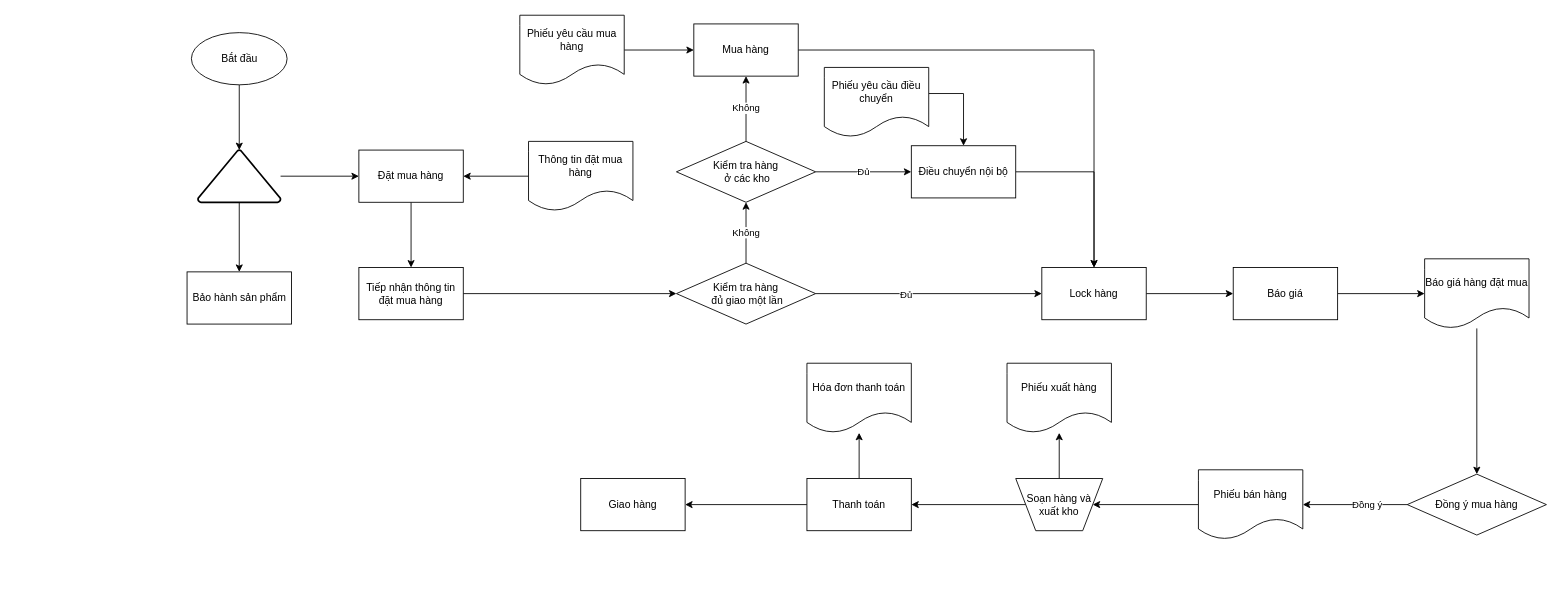
Earlier version of the draw.io diagram page "NDTL" (2 of 3) of MuaHangOdoo.drawio (nguyenvu16102001/weblt.github.io). Source tidied: cells renumbered, new cells numbered last; positions are measured from the earlier drawing's top-left corner, leaving out a move shared by most shapes. Both pictures are drawn from the tidied source at 87%, with x=0, y=0 at pixel (187, 15).
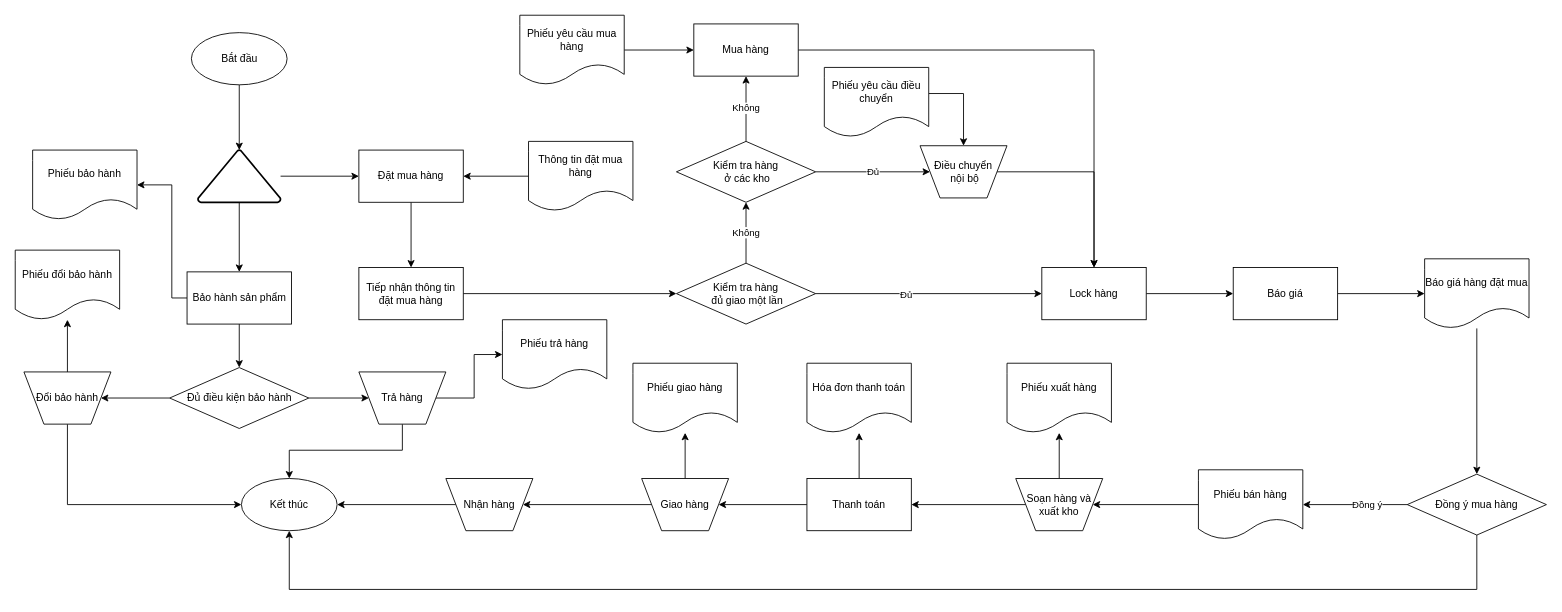
The same diagram, later.

The change refers to these unchanged cells:
```xml
<mxCell id="10" value="Kiểm tra hàng&lt;br&gt;&amp;nbsp;ở các kho" style="rhombus;whiteSpace=wrap;html=1;" parent="1" vertex="1">
  <mxGeometry x="562" y="145" width="160" height="70" as="geometry" />
</mxCell>
<mxCell id="23" value="Lock hàng" style="rounded=0;whiteSpace=wrap;html=1;" parent="1" vertex="1">
  <mxGeometry x="982" y="290" width="120" height="60" as="geometry" />
</mxCell>
<mxCell id="41" value="Đồng ý mua hàng" style="rhombus;whiteSpace=wrap;html=1;" parent="1" vertex="1">
  <mxGeometry x="1402" y="527.5" width="160" height="70" as="geometry" />
</mxCell>
<mxCell id="48" value="Bảo hành sản phẩm" style="rounded=0;whiteSpace=wrap;html=1;" parent="1" vertex="1">
  <mxGeometry x="-0.5" y="295" width="120" height="60" as="geometry" />
</mxCell>
```

Diff of the diagram source:
```diff
@@
-    <mxCell id="9" value="Đủ" style="edgeStyle=orthogonalEdgeStyle;rounded=0;jettySize=auto;html=1;" parent="1" edge="1" source="10" target="12">
+    <mxCell id="9" value="Đủ" style="edgeStyle=orthogonalEdgeStyle;rounded=0;jettySize=auto;html=1;entryX=0;entryY=0.5;entryDx=0;entryDy=0;" parent="1" edge="1" source="10" target="12">
       <mxGeometry relative="1" as="geometry" />
     </mxCell>
@@
-    <mxCell id="11" style="edgeStyle=orthogonalEdgeStyle;rounded=0;jettySize=auto;html=1;" parent="1" edge="1" source="12" target="23">
+    <mxCell id="11" style="edgeStyle=orthogonalEdgeStyle;rounded=0;jettySize=auto;html=1;exitX=1;exitY=0.5;exitDx=0;exitDy=0;" parent="1" edge="1" source="12" target="23">
       <mxGeometry relative="1" as="geometry" />
     </mxCell>
-    <mxCell id="12" value="Điều chuyển nội bộ" style="rounded=0;whiteSpace=wrap;html=1;" parent="1" vertex="1">
-      <mxGeometry x="832" y="150" width="120" height="60" as="geometry" />
-    </mxCell>
@@
+    <mxCell id="49" style="edgeStyle=orthogonalEdgeStyle;rounded=0;jettySize=auto;html=1;entryX=0.5;entryY=1;entryDx=0;entryDy=0;" parent="1" edge="1" source="41" target="52">
+      <mxGeometry relative="1" as="geometry">
+        <Array as="points">
+          <mxPoint x="1482" y="660" />
+          <mxPoint x="117" y="660" />
+        </Array>
+      </mxGeometry>
+    </mxCell>
@@
-    <mxCell id="44" value="Giao hàng" style="rounded=0;whiteSpace=wrap;html=1;" parent="1" vertex="1">
-      <mxGeometry x="452" y="532.5" width="120" height="60" as="geometry" />
-    </mxCell>
@@
+    <mxCell id="50" style="edgeStyle=orthogonalEdgeStyle;rounded=0;jettySize=auto;html=1;" parent="1" edge="1" source="48" target="55">
+      <mxGeometry relative="1" as="geometry" />
+    </mxCell>
+    <mxCell id="51" style="edgeStyle=orthogonalEdgeStyle;rounded=0;jettySize=auto;html=1;" parent="1" edge="1" source="48" target="59">
+      <mxGeometry relative="1" as="geometry">
+        <Array as="points">
+          <mxPoint x="-18" y="325" />
+          <mxPoint x="-18" y="195" />
+        </Array>
+      </mxGeometry>
+    </mxCell>
@@
+    <mxCell id="52" value="Kết thúc" style="ellipse;whiteSpace=wrap;html=1;" parent="1" vertex="1">
+      <mxGeometry x="62" y="532.5" width="110" height="60" as="geometry" />
+    </mxCell>
+    <mxCell id="53" style="edgeStyle=orthogonalEdgeStyle;rounded=0;jettySize=auto;html=1;" parent="1" edge="1" source="55" target="68">
+      <mxGeometry relative="1" as="geometry" />
+    </mxCell>
+    <mxCell id="54" style="edgeStyle=orthogonalEdgeStyle;rounded=0;jettySize=auto;html=1;" parent="1" edge="1" source="55" target="69">
+      <mxGeometry relative="1" as="geometry" />
+    </mxCell>
+    <mxCell id="55" value="Đủ điều kiện bảo hành" style="rhombus;whiteSpace=wrap;html=1;" parent="1" vertex="1">
+      <mxGeometry x="-20.5" y="405" width="160" height="70" as="geometry" />
+    </mxCell>
+    <mxCell id="56" style="edgeStyle=orthogonalEdgeStyle;rounded=0;jettySize=auto;html=1;entryX=0;entryY=0.5;entryDx=0;entryDy=0;" parent="1" edge="1" source="68" target="58">
+      <mxGeometry relative="1" as="geometry" />
+    </mxCell>
+    <mxCell id="57" value="Phiếu giao hàng" style="shape=document;whiteSpace=wrap;html=1;boundedLbl=1;" parent="1" vertex="1">
+      <mxGeometry x="512" y="400" width="120" height="80" as="geometry" />
+    </mxCell>
+    <mxCell id="58" value="Phiếu trả hàng" style="shape=document;whiteSpace=wrap;html=1;boundedLbl=1;" parent="1" vertex="1">
+      <mxGeometry x="362" y="350" width="120" height="80" as="geometry" />
+    </mxCell>
+    <mxCell id="59" value="Phiếu bảo hành" style="shape=document;whiteSpace=wrap;html=1;boundedLbl=1;" parent="1" vertex="1">
+      <mxGeometry x="-178" y="155" width="120" height="80" as="geometry" />
+    </mxCell>
+    <mxCell id="60" style="edgeStyle=orthogonalEdgeStyle;rounded=0;jettySize=auto;html=1;entryX=0;entryY=0.5;entryDx=0;entryDy=0;exitX=0.5;exitY=1;exitDx=0;exitDy=0;" parent="1" edge="1" source="69" target="52">
+      <mxGeometry relative="1" as="geometry">
+        <Array as="points">
+          <mxPoint x="-138" y="562" />
+        </Array>
+      </mxGeometry>
+    </mxCell>
+    <mxCell id="61" style="edgeStyle=orthogonalEdgeStyle;rounded=0;jettySize=auto;html=1;" parent="1" edge="1" source="69" target="62">
+      <mxGeometry relative="1" as="geometry" />
+    </mxCell>
+    <mxCell id="62" value="Phiếu đổi bảo hành" style="shape=document;whiteSpace=wrap;html=1;boundedLbl=1;" parent="1" vertex="1">
+      <mxGeometry x="-198" y="270" width="120" height="80" as="geometry" />
+    </mxCell>
+    <mxCell id="63" style="edgeStyle=orthogonalEdgeStyle;rounded=0;jettySize=auto;html=1;" parent="1" edge="1" source="44" target="57">
+      <mxGeometry relative="1" as="geometry" />
+    </mxCell>
+    <mxCell id="64" style="edgeStyle=orthogonalEdgeStyle;rounded=0;jettySize=auto;html=1;" parent="1" edge="1" source="44" target="66">
+      <mxGeometry relative="1" as="geometry" />
+    </mxCell>
+    <mxCell id="44" value="Giao hàng" style="verticalLabelPosition=middle;verticalAlign=middle;html=1;shape=trapezoid;perimeter=trapezoidPerimeter;whiteSpace=wrap;size=0.23;arcSize=10;flipV=1;labelPosition=center;align=center;" parent="1" vertex="1">
+      <mxGeometry x="522" y="532.5" width="100" height="60" as="geometry" />
+    </mxCell>
+    <mxCell id="65" style="edgeStyle=orthogonalEdgeStyle;rounded=0;jettySize=auto;html=1;" parent="1" edge="1" source="66" target="52">
+      <mxGeometry relative="1" as="geometry" />
+    </mxCell>
+    <mxCell id="66" value="Nhận hàng" style="verticalLabelPosition=middle;verticalAlign=middle;html=1;shape=trapezoid;perimeter=trapezoidPerimeter;whiteSpace=wrap;size=0.23;arcSize=10;flipV=1;labelPosition=center;align=center;" parent="1" vertex="1">
+      <mxGeometry x="297" y="532.5" width="100" height="60" as="geometry" />
+    </mxCell>
+    <mxCell id="12" value="Điều chuyển&lt;br&gt;&amp;nbsp;nội bộ" style="verticalLabelPosition=middle;verticalAlign=middle;html=1;shape=trapezoid;perimeter=trapezoidPerimeter;whiteSpace=wrap;size=0.23;arcSize=10;flipV=1;labelPosition=center;align=center;" parent="1" vertex="1">
+      <mxGeometry x="842" y="150" width="100" height="60" as="geometry" />
+    </mxCell>
+    <mxCell id="67" style="edgeStyle=orthogonalEdgeStyle;rounded=0;jettySize=auto;html=1;" parent="1" edge="1" source="68" target="52">
+      <mxGeometry relative="1" as="geometry">
+        <Array as="points">
+          <mxPoint x="247" y="500" />
+          <mxPoint x="117" y="500" />
+        </Array>
+      </mxGeometry>
+    </mxCell>
+    <mxCell id="68" value="Trả hàng" style="verticalLabelPosition=middle;verticalAlign=middle;html=1;shape=trapezoid;perimeter=trapezoidPerimeter;whiteSpace=wrap;size=0.23;arcSize=10;flipV=1;labelPosition=center;align=center;" parent="1" vertex="1">
+      <mxGeometry x="197" y="410" width="100" height="60" as="geometry" />
+    </mxCell>
+    <mxCell id="69" value="Đổi bảo hành" style="verticalLabelPosition=middle;verticalAlign=middle;html=1;shape=trapezoid;perimeter=trapezoidPerimeter;whiteSpace=wrap;size=0.23;arcSize=10;flipV=1;labelPosition=center;align=center;" parent="1" vertex="1">
+      <mxGeometry x="-188" y="410" width="100" height="60" as="geometry" />
+    </mxCell>
```
